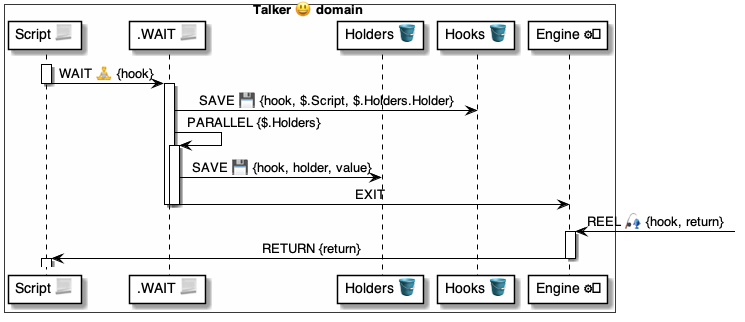
Above: 4 ⚙️ Solution/37 Scripts 📃/📃 Commands ⌘/⌘ for async/WAIT 🧘/🧘 WAIT ⚙️ uml.png in pollyweb-org/pollyweb-docs (PlantUML), before the change. Its source is kept beside it as 4 ⚙️ Solution/37 Scripts 📃/📃 Commands ⌘/⌘ for async/WAIT 🧘/🧘 WAIT ⚙️ uml.puml.
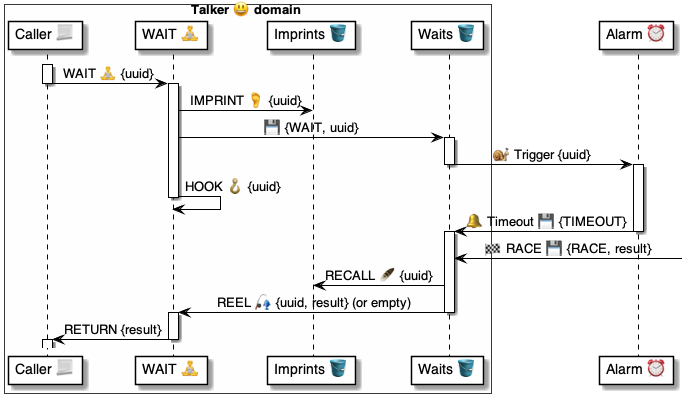
Later version of the same file.

What changed in the source:
```diff
@@ -1,34 +1,44 @@
 @startuml Handle
 
 box Talker 😃 domain #FFFFFA
-    participant "Script 📃" as script
-    participant ".WAIT 📃" as wait
-    participant "Holders 🪣" as holders
-    participant "Hooks 🪣" as hooks
-    participant "Engine ⚙️" as engine
+    participant "Caller 📃" as script
+    participant "WAIT 🧘" as wait
+    participant "Imprints 🪣" as imprints
+    participant "Waits 🪣" as waits
 end box
-
+participant "Alarm ⏰" as alarm
 
 activate script
-    script -> wait: WAIT 🧘 {hook}
+    script -> wait: WAIT 🧘 {uuid}
 deactivate script
 
 activate wait
+    wait -> imprints: IMPRINT 🦶 {uuid}
 
-    wait -> hooks: SAVE 💾 {hook, $.Script, $.Holders.Holder}
+    wait -> waits: 💾 {WAIT, uuid}
+    activate waits
+        waits -> alarm: 🐌 Trigger {uuid}
+    deactivate waits
+    activate alarm
 
-    wait -> wait: PARALLEL {$.Holders}
-    activate wait
-        wait -> holders: SAVE 💾 {hook, holder, value}
-        wait -> engine: EXIT
-    deactivate wait
-
+    wait -> wait: HOOK 🪝 {uuid}
 deactivate wait
 
-engine <- : REEL 🎣 {hook, return}
-activate engine
-    engine -> script: RETURN {return}
-deactivate engine
+
+
+    alarm -> waits: 🔔 Timeout 💾 {TIMEOUT}
+deactivate alarm
+
+activate waits
+    waits <- : 🏁 RACE 💾 {RACE, result}
+    waits -> imprints: RECALL 🪶 {uuid}
+    waits -> wait: REEL 🎣 {uuid, result} (or empty)
+deactivate waits
+
+activate wait
+    wait -> script: RETURN {result}
+deactivate wait
+
 
 activate script
 
```
